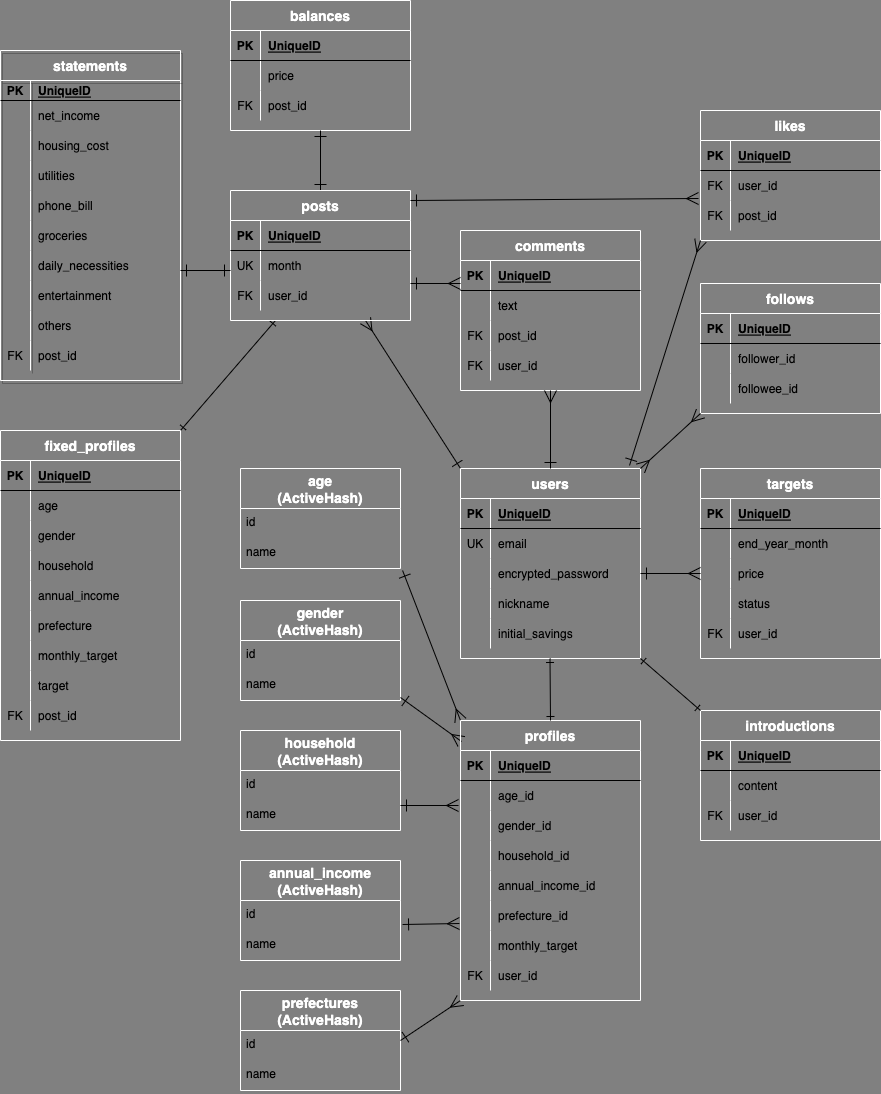
Jun-130/piling-up keeps this draw.io diagram as er.png. Above is the earlier version. Source tidied: cells renumbered, new cells last; positions are measured from the earlier drawing's top-left corner, leaving out a move shared by most shapes.
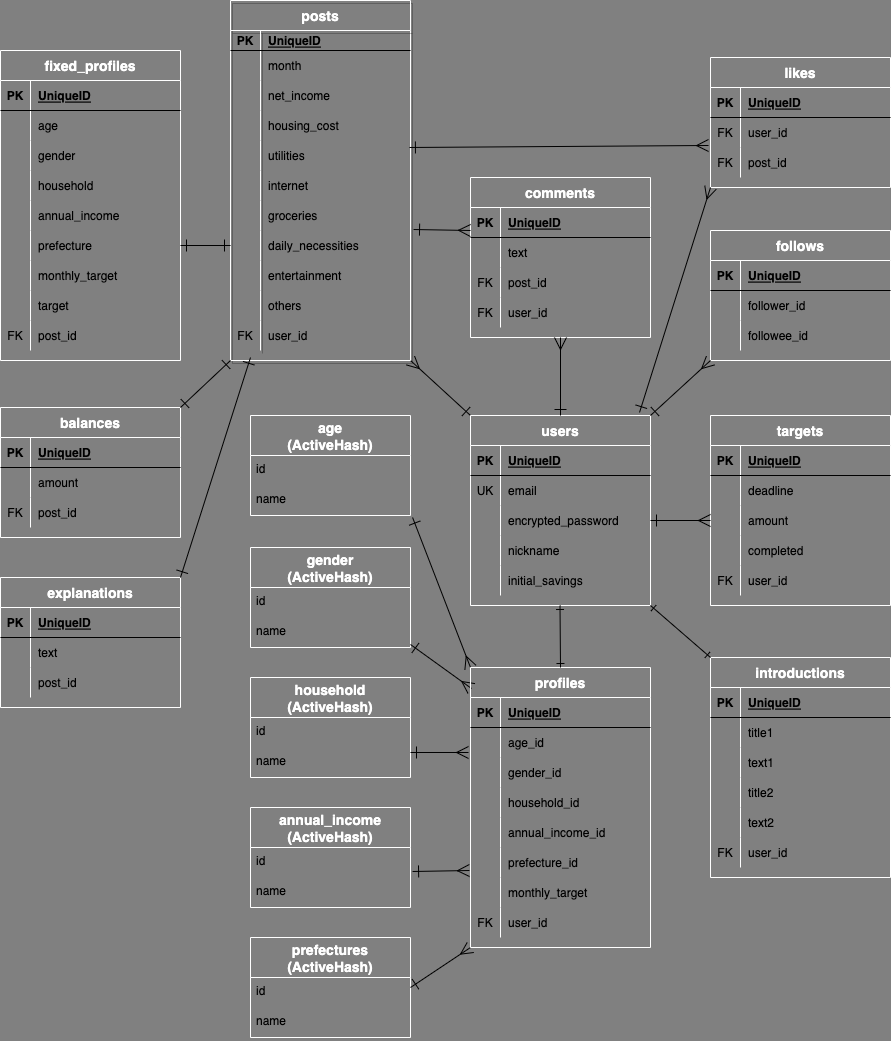
After the commit.

The edit, as a diff of the source:
```diff
@@ -4,8 +4,5 @@
     <mxCell id="1" parent="0" />
-    <mxCell id="2" style="edgeStyle=none;html=1;startArrow=ERone;startFill=0;endArrow=ERmany;endFill=0;startSize=10;endSize=10;sourcePerimeterSpacing=0;targetPerimeterSpacing=0;exitX=0;exitY=0;exitDx=0;exitDy=0;entryX=0.75;entryY=1;entryDx=0;entryDy=0;" parent="1" edge="1" source="4" target="200">
+    <mxCell id="2" style="edgeStyle=none;html=1;startArrow=ERone;startFill=0;endArrow=ERmany;endFill=0;startSize=10;endSize=10;sourcePerimeterSpacing=0;targetPerimeterSpacing=0;exitX=0;exitY=0;exitDx=0;exitDy=0;entryX=1;entryY=1;entryDx=0;entryDy=0;" parent="1" edge="1" source="4" target="20">
       <mxGeometry relative="1" as="geometry" />
     </mxCell>
-    <mxCell id="3" style="edgeStyle=none;html=1;endArrow=ERone;endFill=0;startArrow=ERone;startFill=0;exitX=0.25;exitY=1;exitDx=0;exitDy=0;entryX=1;entryY=0;entryDx=0;entryDy=0;" parent="1" edge="1" source="200" target="51">
-      <mxGeometry relative="1" as="geometry" />
-    </mxCell>
     <mxCell id="4" value="users" style="shape=table;startSize=30;rowLines=0;fontStyle=1;align=center;fillColor=none;strokeColor=#FFFFFF;fontColor=#FFFFFF;fontSize=14;" parent="1" vertex="1">
@@ -58,4 +55,4 @@
     </mxCell>
-    <mxCell id="20" value="statements" style="shape=table;startSize=30;rowLines=0;fontStyle=1;align=center;fillColor=none;strokeColor=#FFFFFF;fontColor=#FFFFFF;fontSize=14;shadow=1;" parent="1" vertex="1">
-      <mxGeometry y="50" width="180" height="330" as="geometry" />
+    <mxCell id="20" value="posts" style="shape=table;startSize=30;rowLines=0;fontStyle=1;align=center;fillColor=none;strokeColor=#FFFFFF;fontColor=#FFFFFF;fontSize=14;shadow=1;" parent="1" vertex="1">
+      <mxGeometry x="220" y="53" width="180" height="360" as="geometry" />
     </mxCell>
@@ -76,7 +73,16 @@
     </mxCell>
-    <mxCell id="26" value="net_income" style="shape=partialRectangle;fillColor=none;top=0;left=0;bottom=0;right=0;align=left;spacingLeft=6;overflow=hidden;" parent="24" vertex="1">
+    <mxCell id="26" value="month" style="shape=partialRectangle;fillColor=none;top=0;left=0;bottom=0;right=0;align=left;spacingLeft=6;overflow=hidden;" parent="24" vertex="1">
       <mxGeometry x="30" width="150" height="30" as="geometry" />
     </mxCell>
+    <mxCell id="213" style="shape=partialRectangle;fillColor=none;top=0;left=0;bottom=0;right=0;" parent="20" vertex="1">
+      <mxGeometry y="80" width="180" height="30" as="geometry" />
+    </mxCell>
+    <mxCell id="214" style="shape=partialRectangle;fillColor=none;top=0;left=0;bottom=0;right=0;overflow=hidden;" parent="213" vertex="1">
+      <mxGeometry width="30" height="30" as="geometry" />
+    </mxCell>
+    <mxCell id="215" value="net_income" style="shape=partialRectangle;fillColor=none;top=0;left=0;bottom=0;right=0;align=left;spacingLeft=6;overflow=hidden;" parent="213" vertex="1">
+      <mxGeometry x="30" width="150" height="30" as="geometry" />
+    </mxCell>
     <mxCell id="27" style="shape=partialRectangle;fillColor=none;top=0;left=0;bottom=0;right=0;" parent="20" vertex="1">
-      <mxGeometry y="80" width="180" height="30" as="geometry" />
+      <mxGeometry y="110" width="180" height="30" as="geometry" />
     </mxCell>
@@ -89,3 +95,3 @@
     <mxCell id="30" style="shape=partialRectangle;fillColor=none;top=0;left=0;bottom=0;right=0;points=[[0,0.5],[1,0.5]];portConstraint=eastwest;" parent="20" vertex="1">
-      <mxGeometry y="110" width="180" height="30" as="geometry" />
+      <mxGeometry y="140" width="180" height="30" as="geometry" />
     </mxCell>
@@ -98,3 +104,3 @@
     <mxCell id="33" style="shape=partialRectangle;fillColor=none;top=0;left=0;bottom=0;right=0;" parent="20" vertex="1">
-      <mxGeometry y="140" width="180" height="30" as="geometry" />
+      <mxGeometry y="170" width="180" height="30" as="geometry" />
     </mxCell>
@@ -103,3 +109,3 @@
     </mxCell>
-    <mxCell id="35" value="phone_bill" style="shape=partialRectangle;fillColor=none;top=0;left=0;bottom=0;right=0;align=left;spacingLeft=6;overflow=hidden;" parent="33" vertex="1">
+    <mxCell id="35" value="internet" style="shape=partialRectangle;fillColor=none;top=0;left=0;bottom=0;right=0;align=left;spacingLeft=6;overflow=hidden;" parent="33" vertex="1">
       <mxGeometry x="30" width="150" height="30" as="geometry" />
@@ -107,3 +113,3 @@
     <mxCell id="36" style="shape=partialRectangle;fillColor=none;top=0;left=0;bottom=0;right=0;" parent="20" vertex="1">
-      <mxGeometry y="170" width="180" height="30" as="geometry" />
+      <mxGeometry y="200" width="180" height="30" as="geometry" />
     </mxCell>
@@ -116,3 +122,3 @@
     <mxCell id="39" style="shape=partialRectangle;fillColor=none;top=0;left=0;bottom=0;right=0;points=[[0,0.5],[1,0.5]];portConstraint=eastwest;" parent="20" vertex="1">
-      <mxGeometry y="200" width="180" height="30" as="geometry" />
+      <mxGeometry y="230" width="180" height="30" as="geometry" />
     </mxCell>
@@ -125,3 +131,3 @@
     <mxCell id="42" style="shape=partialRectangle;fillColor=none;top=0;left=0;bottom=0;right=0;" parent="20" vertex="1">
-      <mxGeometry y="230" width="180" height="30" as="geometry" />
+      <mxGeometry y="260" width="180" height="30" as="geometry" />
     </mxCell>
@@ -134,3 +140,3 @@
     <mxCell id="45" style="shape=partialRectangle;fillColor=none;top=0;left=0;bottom=0;right=0;" parent="20" vertex="1">
-      <mxGeometry y="260" width="180" height="30" as="geometry" />
+      <mxGeometry y="290" width="180" height="30" as="geometry" />
     </mxCell>
@@ -143,3 +149,3 @@
     <mxCell id="48" style="shape=partialRectangle;fillColor=none;top=0;left=0;bottom=0;right=0;" parent="20" vertex="1">
-      <mxGeometry y="290" width="180" height="30" as="geometry" />
+      <mxGeometry y="320" width="180" height="30" as="geometry" />
     </mxCell>
@@ -148,3 +154,3 @@
     </mxCell>
-    <mxCell id="50" value="post_id" style="shape=partialRectangle;fillColor=none;top=0;left=0;bottom=0;right=0;align=left;spacingLeft=6;overflow=hidden;" parent="48" vertex="1">
+    <mxCell id="50" value="user_id" style="shape=partialRectangle;fillColor=none;top=0;left=0;bottom=0;right=0;align=left;spacingLeft=6;overflow=hidden;" parent="48" vertex="1">
       <mxGeometry x="30" width="150" height="30" as="geometry" />
@@ -152,3 +158,3 @@
     <mxCell id="51" value="fixed_profiles" style="shape=table;startSize=30;rowLines=0;fontStyle=1;align=center;fillColor=none;strokeColor=#FFFFFF;fontSize=14;fontColor=#FFFFFF;labelBackgroundColor=none;" parent="1" vertex="1">
-      <mxGeometry y="430" width="180" height="310" as="geometry" />
+      <mxGeometry x="-10" y="103" width="180" height="310" as="geometry" />
     </mxCell>
@@ -308,3 +314,3 @@
     </mxCell>
-    <mxCell id="102" value="end_year_month" style="shape=partialRectangle;fillColor=none;top=0;left=0;bottom=0;right=0;align=left;spacingLeft=6;overflow=hidden;" parent="100" vertex="1">
+    <mxCell id="102" value="deadline" style="shape=partialRectangle;fillColor=none;top=0;left=0;bottom=0;right=0;align=left;spacingLeft=6;overflow=hidden;" parent="100" vertex="1">
       <mxGeometry x="30" width="150" height="30" as="geometry" />
@@ -317,3 +323,3 @@
     </mxCell>
-    <mxCell id="105" value="price" style="shape=partialRectangle;fillColor=none;top=0;left=0;bottom=0;right=0;align=left;spacingLeft=6;overflow=hidden;" parent="103" vertex="1">
+    <mxCell id="105" value="amount" style="shape=partialRectangle;fillColor=none;top=0;left=0;bottom=0;right=0;align=left;spacingLeft=6;overflow=hidden;" parent="103" vertex="1">
       <mxGeometry x="30" width="150" height="30" as="geometry" />
@@ -326,3 +332,3 @@
     </mxCell>
-    <mxCell id="108" value="status" style="shape=partialRectangle;fillColor=none;top=0;left=0;bottom=0;right=0;align=left;spacingLeft=6;overflow=hidden;" parent="106" vertex="1">
+    <mxCell id="108" value="completed" style="shape=partialRectangle;fillColor=none;top=0;left=0;bottom=0;right=0;align=left;spacingLeft=6;overflow=hidden;" parent="106" vertex="1">
       <mxGeometry x="30" width="150" height="30" as="geometry" />
@@ -373,3 +379,3 @@
     </mxCell>
-    <mxCell id="123" style="edgeStyle=none;html=1;endArrow=ERmany;endFill=0;startArrow=ERmany;startFill=0;endSize=10;startSize=10;entryX=0;entryY=1;entryDx=0;entryDy=0;exitX=1;exitY=0;exitDx=0;exitDy=0;" parent="1" edge="1" source="4" target="113">
+    <mxCell id="123" style="edgeStyle=none;html=1;endArrow=ERmany;endFill=0;startArrow=ERone;startFill=0;endSize=10;startSize=10;entryX=0;entryY=1;entryDx=0;entryDy=0;exitX=1;exitY=0;exitDx=0;exitDy=0;" parent="1" edge="1" source="4" target="113">
       <mxGeometry relative="1" as="geometry" />
@@ -538,3 +544,3 @@
     <mxCell id="177" value="introductions" style="shape=table;startSize=30;rowLines=0;fontStyle=1;align=center;fillColor=none;strokeColor=#FFFFFF;fontSize=14;fontColor=#FFFFFF;labelBackgroundColor=none;" parent="1" vertex="1">
-      <mxGeometry x="700" y="710" width="180" height="130" as="geometry" />
+      <mxGeometry x="700" y="710" width="180" height="220" as="geometry" />
     </mxCell>
@@ -555,7 +561,34 @@
     </mxCell>
-    <mxCell id="183" value="content" style="shape=partialRectangle;fillColor=none;top=0;left=0;bottom=0;right=0;align=left;spacingLeft=6;overflow=hidden;" parent="181" vertex="1">
+    <mxCell id="183" value="title1" style="shape=partialRectangle;fillColor=none;top=0;left=0;bottom=0;right=0;align=left;spacingLeft=6;overflow=hidden;" parent="181" vertex="1">
       <mxGeometry x="30" width="150" height="30" as="geometry" />
     </mxCell>
+    <mxCell id="216" style="shape=partialRectangle;fillColor=none;top=0;left=0;bottom=0;right=0;" parent="177" vertex="1">
+      <mxGeometry y="90" width="180" height="30" as="geometry" />
+    </mxCell>
+    <mxCell id="217" style="shape=partialRectangle;fillColor=none;top=0;left=0;bottom=0;right=0;overflow=hidden;" parent="216" vertex="1">
+      <mxGeometry width="30" height="30" as="geometry" />
+    </mxCell>
+    <mxCell id="218" value="text1" style="shape=partialRectangle;fillColor=none;top=0;left=0;bottom=0;right=0;align=left;spacingLeft=6;overflow=hidden;" parent="216" vertex="1">
+      <mxGeometry x="30" width="150" height="30" as="geometry" />
+    </mxCell>
+    <mxCell id="219" style="shape=partialRectangle;fillColor=none;top=0;left=0;bottom=0;right=0;" parent="177" vertex="1">
+      <mxGeometry y="120" width="180" height="30" as="geometry" />
+    </mxCell>
+    <mxCell id="220" value="    " style="shape=partialRectangle;fillColor=none;top=0;left=0;bottom=0;right=0;overflow=hidden;" parent="219" vertex="1">
+      <mxGeometry width="30" height="30" as="geometry" />
+    </mxCell>
+    <mxCell id="221" value="title2" style="shape=partialRectangle;fillColor=none;top=0;left=0;bottom=0;right=0;align=left;spacingLeft=6;overflow=hidden;" parent="219" vertex="1">
+      <mxGeometry x="30" width="150" height="30" as="geometry" />
+    </mxCell>
+    <mxCell id="222" style="shape=partialRectangle;fillColor=none;top=0;left=0;bottom=0;right=0;" parent="177" vertex="1">
+      <mxGeometry y="150" width="180" height="30" as="geometry" />
+    </mxCell>
+    <mxCell id="223" style="shape=partialRectangle;fillColor=none;top=0;left=0;bottom=0;right=0;overflow=hidden;" parent="222" vertex="1">
+      <mxGeometry width="30" height="30" as="geometry" />
+    </mxCell>
+    <mxCell id="224" value="text2" style="shape=partialRectangle;fillColor=none;top=0;left=0;bottom=0;right=0;align=left;spacingLeft=6;overflow=hidden;" parent="222" vertex="1">
+      <mxGeometry x="30" width="150" height="30" as="geometry" />
+    </mxCell>
     <mxCell id="184" style="shape=partialRectangle;fillColor=none;top=0;left=0;bottom=0;right=0;" parent="177" vertex="1">
-      <mxGeometry y="90" width="180" height="30" as="geometry" />
+      <mxGeometry y="180" width="180" height="30" as="geometry" />
     </mxCell>
@@ -571,3 +604,3 @@
     <mxCell id="188" value="balances" style="shape=table;startSize=30;rowLines=0;fontStyle=1;align=center;fillColor=none;strokeColor=#FFFFFF;fontSize=14;fontColor=#FFFFFF;labelBackgroundColor=none;" parent="1" vertex="1">
-      <mxGeometry x="230" width="180" height="130" as="geometry" />
+      <mxGeometry x="-10" y="460" width="180" height="130" as="geometry" />
     </mxCell>
@@ -588,3 +621,3 @@
     </mxCell>
-    <mxCell id="194" value="price" style="shape=partialRectangle;fillColor=none;top=0;left=0;bottom=0;right=0;align=left;spacingLeft=6;overflow=hidden;" parent="192" vertex="1">
+    <mxCell id="194" value="amount" style="shape=partialRectangle;fillColor=none;top=0;left=0;bottom=0;right=0;align=left;spacingLeft=6;overflow=hidden;" parent="192" vertex="1">
       <mxGeometry x="30" width="150" height="30" as="geometry" />
@@ -603,9 +636,25 @@
     </mxCell>
-    <mxCell id="199" style="edgeStyle=none;html=1;endArrow=ERone;endFill=0;startArrow=ERone;startFill=0;endSize=10;startSize=10;entryX=0.5;entryY=0;entryDx=0;entryDy=0;exitX=0.5;exitY=1;exitDx=0;exitDy=0;" parent="1" edge="1" source="188" target="200">
+    <mxCell id="199" style="edgeStyle=none;html=1;endArrow=ERone;endFill=0;startArrow=ERone;startFill=0;endSize=10;startSize=10;exitX=1;exitY=0;exitDx=0;exitDy=0;entryX=0;entryY=1;entryDx=0;entryDy=0;" parent="1" edge="1" source="188" target="20">
       <mxGeometry relative="1" as="geometry" />
     </mxCell>
-    <mxCell id="200" value="posts" style="shape=table;startSize=30;rowLines=0;fontStyle=1;align=center;fillColor=none;strokeColor=#FFFFFF;fontSize=14;fontColor=#FFFFFF;labelBackgroundColor=none;" parent="1" vertex="1">
-      <mxGeometry x="230" y="190" width="180" height="130" as="geometry" />
-    </mxCell>
+    <mxCell id="211" style="edgeStyle=none;html=1;endArrow=ERmany;endFill=0;startArrow=ERone;startFill=0;endSize=10;startSize=10;exitX=1.017;exitY=-0.033;exitDx=0;exitDy=0;exitPerimeter=0;" parent="1" edge="1" source="39">
+      <mxGeometry relative="1" as="geometry">
+        <mxPoint x="460" y="283" as="targetPoint" />
+      </mxGeometry>
+    </mxCell>
+    <mxCell id="212" style="edgeStyle=none;html=1;endArrow=ERmany;endFill=0;startArrow=ERone;startFill=0;endSize=10;startSize=10;entryX=-0.011;entryY=-0.067;entryDx=0;entryDy=0;entryPerimeter=0;exitX=0.994;exitY=0.233;exitDx=0;exitDy=0;exitPerimeter=0;" parent="1" edge="1" source="30" target="145">
+      <mxGeometry relative="1" as="geometry" />
+    </mxCell>
+    <mxCell id="225" style="edgeStyle=none;html=1;endArrow=ERone;endFill=0;startArrow=ERone;startFill=0;endSize=10;startSize=10;exitX=1;exitY=0.5;exitDx=0;exitDy=0;entryX=0;entryY=0.5;entryDx=0;entryDy=0;" parent="1" edge="1" source="67" target="39">
+      <mxGeometry relative="1" as="geometry" />
+    </mxCell>
+    <mxCell id="226" style="edgeStyle=none;html=1;" parent="1" edge="1" source="30">
+      <mxGeometry relative="1" as="geometry">
+        <mxPoint x="400" y="200" as="targetPoint" />
+      </mxGeometry>
+    </mxCell>
+    <mxCell id="227" value="explanations" style="shape=table;startSize=30;rowLines=0;fontStyle=1;align=center;fillColor=none;strokeColor=#FFFFFF;fontSize=14;fontColor=#FFFFFF;labelBackgroundColor=none;" parent="1" vertex="1">
+      <mxGeometry x="-10" y="630" width="180" height="130" as="geometry" />
+    </mxCell>
-    <mxCell id="201" style="shape=partialRectangle;fillColor=none;top=0;left=0;bottom=1;right=0;" parent="200" vertex="1">
+    <mxCell id="201" style="shape=partialRectangle;fillColor=none;top=0;left=0;bottom=1;right=0;" parent="227" vertex="1">
       <mxGeometry y="30" width="180" height="30" as="geometry" />
@@ -618,37 +667,25 @@
     </mxCell>
-    <mxCell id="204" style="shape=partialRectangle;fillColor=none;top=0;left=0;bottom=0;right=0;" parent="200" vertex="1">
+    <mxCell id="204" style="shape=partialRectangle;fillColor=none;top=0;left=0;bottom=0;right=0;" parent="227" vertex="1">
       <mxGeometry y="60" width="180" height="30" as="geometry" />
     </mxCell>
-    <mxCell id="205" value="UK" style="shape=partialRectangle;fillColor=none;top=0;left=0;bottom=0;right=0;overflow=hidden;" parent="204" vertex="1">
-      <mxGeometry width="30" height="30" as="geometry" />
-    </mxCell>
-    <mxCell id="206" value="month" style="shape=partialRectangle;fillColor=none;top=0;left=0;bottom=0;right=0;align=left;spacingLeft=6;overflow=hidden;" parent="204" vertex="1">
-      <mxGeometry x="30" width="150" height="30" as="geometry" />
-    </mxCell>
-    <mxCell id="207" style="shape=partialRectangle;fillColor=none;top=0;left=0;bottom=0;right=0;" parent="200" vertex="1">
-      <mxGeometry y="90" width="180" height="30" as="geometry" />
-    </mxCell>
-    <mxCell id="208" value="FK" style="shape=partialRectangle;fillColor=none;top=0;left=0;bottom=0;right=0;overflow=hidden;" parent="207" vertex="1">
-      <mxGeometry width="30" height="30" as="geometry" />
-    </mxCell>
-    <mxCell id="209" value="user_id" style="shape=partialRectangle;fillColor=none;top=0;left=0;bottom=0;right=0;align=left;spacingLeft=6;overflow=hidden;" parent="207" vertex="1">
-      <mxGeometry x="30" width="150" height="30" as="geometry" />
-    </mxCell>
-    <mxCell id="210" style="edgeStyle=none;html=1;endArrow=ERone;endFill=0;startArrow=ERone;startFill=0;endSize=10;startSize=10;exitX=1;exitY=0.5;exitDx=0;exitDy=0;" parent="1" edge="1">
-      <mxGeometry relative="1" as="geometry">
-        <mxPoint x="180" y="270" as="sourcePoint" />
-        <mxPoint x="230" y="270" as="targetPoint" />
-      </mxGeometry>
-    </mxCell>
-    <mxCell id="211" style="edgeStyle=none;html=1;endArrow=ERmany;endFill=0;startArrow=ERone;startFill=0;endSize=10;startSize=10;exitX=1;exitY=0.5;exitDx=0;exitDy=0;" parent="1" edge="1">
-      <mxGeometry relative="1" as="geometry">
-        <mxPoint x="410" y="283" as="sourcePoint" />
-        <mxPoint x="460" y="283" as="targetPoint" />
-      </mxGeometry>
-    </mxCell>
-    <mxCell id="212" style="edgeStyle=none;html=1;endArrow=ERmany;endFill=0;startArrow=ERone;startFill=0;endSize=10;startSize=10;exitX=1;exitY=0.5;exitDx=0;exitDy=0;entryX=-0.011;entryY=-0.067;entryDx=0;entryDy=0;entryPerimeter=0;" parent="1" edge="1" target="145">
-      <mxGeometry relative="1" as="geometry">
-        <mxPoint x="410" y="200" as="sourcePoint" />
-      </mxGeometry>
-    </mxCell>
+    <mxCell id="228" style="shape=partialRectangle;fillColor=none;top=0;left=0;bottom=0;right=0;overflow=hidden;" parent="204" vertex="1">
+      <mxGeometry width="30" height="30" as="geometry" />
+    </mxCell>
+    <mxCell id="229" value="text" style="shape=partialRectangle;fillColor=none;top=0;left=0;bottom=0;right=0;align=left;spacingLeft=6;overflow=hidden;" parent="204" vertex="1">
+      <mxGeometry x="30" width="150" height="30" as="geometry" />
+    </mxCell>
+    <mxCell id="230" style="shape=partialRectangle;fillColor=none;top=0;left=0;bottom=0;right=0;" parent="227" vertex="1">
+      <mxGeometry y="90" width="180" height="30" as="geometry" />
+    </mxCell>
+    <mxCell id="231" style="shape=partialRectangle;fillColor=none;top=0;left=0;bottom=0;right=0;overflow=hidden;" parent="230" vertex="1">
+      <mxGeometry width="30" height="30" as="geometry" />
+    </mxCell>
+    <mxCell id="232" value="post_id" style="shape=partialRectangle;fillColor=none;top=0;left=0;bottom=0;right=0;align=left;spacingLeft=6;overflow=hidden;" parent="230" vertex="1">
+      <mxGeometry x="30" width="150" height="30" as="geometry" />
+    </mxCell>
+    <mxCell id="233" style="edgeStyle=none;html=1;endArrow=ERone;endFill=0;startArrow=ERone;startFill=0;endSize=10;startSize=10;exitX=1;exitY=0;exitDx=0;exitDy=0;" parent="1" edge="1" source="227">
+      <mxGeometry relative="1" as="geometry">
+        <mxPoint x="240" y="410" as="targetPoint" />
+      </mxGeometry>
+    </mxCell>
   </root>
```
